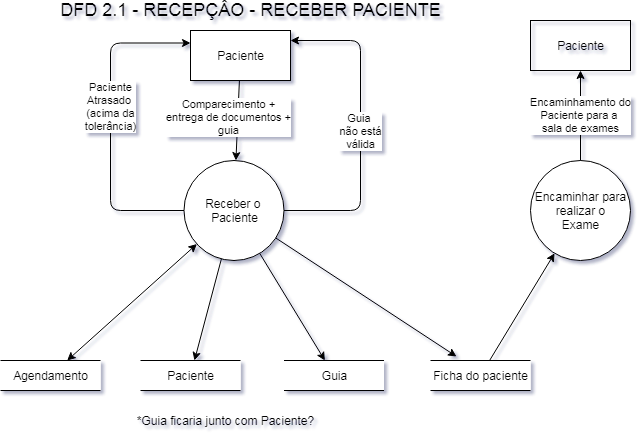
Earlier version of the draw.io export documentation/16 DFD 2.1 Receber Paciente.png (gabrielsarti-impacta/ope). Source tidied: cells renumbered, new cells last; positions are measured from the earlier drawing's top-left corner, leaving out a move shared by most shapes.
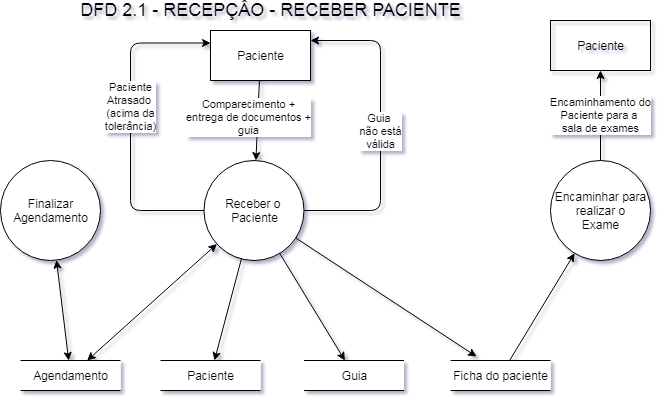
After the commit.

Diff of the diagram source:
```diff
@@ -23,9 +23,6 @@
     <mxCell id="8" value="Guia" style="html=1;dashed=0;whitespace=wrap;shape=partialRectangle;right=0;left=0;" parent="1" vertex="1">
       <mxGeometry x="283.5" y="360" width="100" height="30" as="geometry" />
     </mxCell>
-    <mxCell id="9" value="*Guia ficaria junto com Paciente?" style="text;html=1;align=center;verticalAlign=middle;" parent="1" vertex="1">
-      <mxGeometry x="130" y="410" width="190" height="20" as="geometry" />
-    </mxCell>
     <mxCell id="10" style="endArrow=classic;html=1;" parent="1" edge="1" source="3" target="6">
       <mxGeometry relative="1" as="geometry" />
     </mxCell>
@@ -73,5 +70,11 @@
     <mxCell id="20" value="Encaminhamento do&lt;br&gt;Paciente para a&amp;nbsp;&lt;br&gt;sala de exames" style="endArrow=classic;html=1;" parent="1" edge="1" source="17" target="19">
       <mxGeometry relative="1" as="geometry" />
     </mxCell>
+    <mxCell id="21" value="Finalizar&lt;br&gt;Agendamento" style="shape=ellipse;html=1;dashed=0;whitespace=wrap;perimeter=ellipsePerimeter;" parent="1" vertex="1">
+      <mxGeometry x="-20" y="160" width="100" height="100" as="geometry" />
+    </mxCell>
+    <mxCell id="22" style="endArrow=classic;startArrow=classic;html=1;" parent="1" edge="1" source="5" target="21">
+      <mxGeometry relative="1" as="geometry" />
+    </mxCell>
   </root>
 </mxGraphModel>
```
